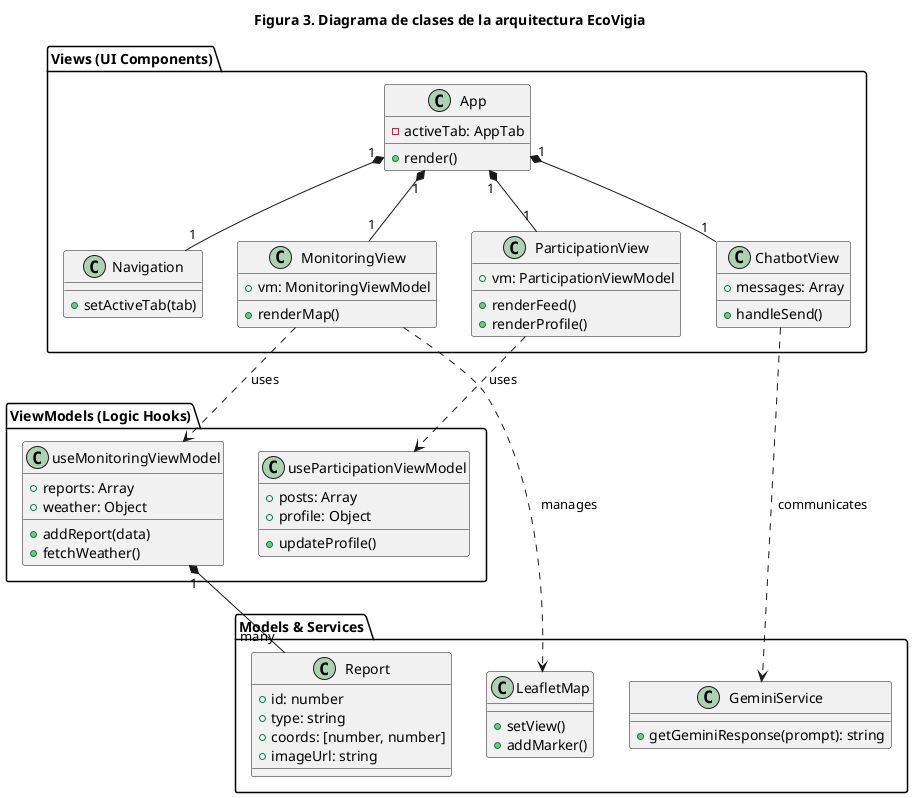
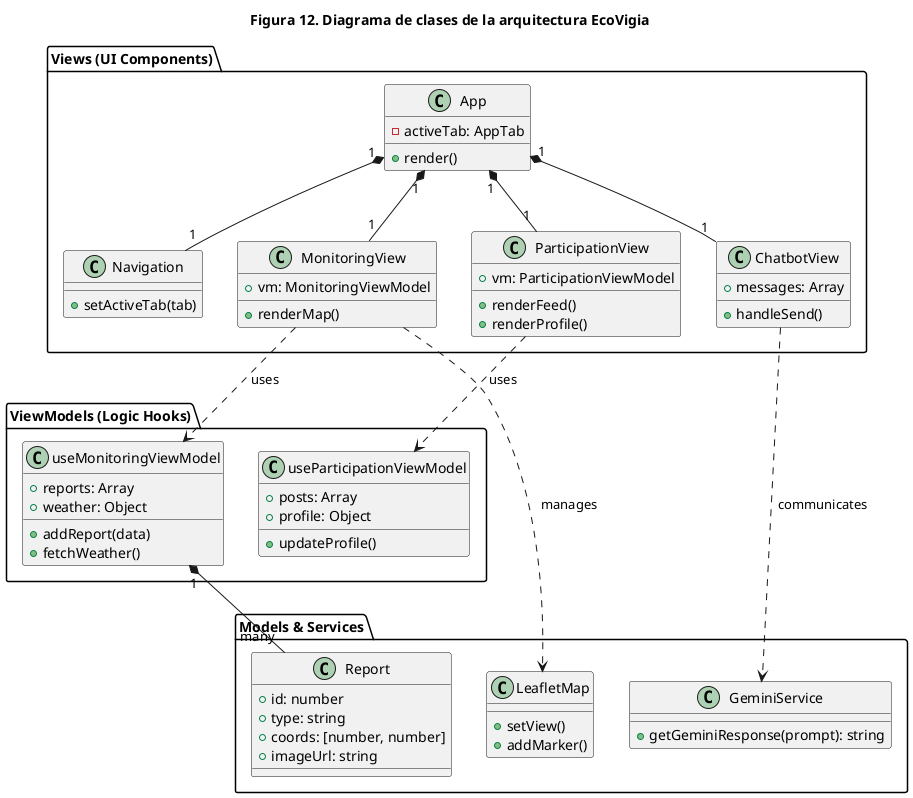
@startuml
- title Figura 3. Diagrama de clases de la arquitectura EcoVigia
+ title Figura 12. Diagrama de clases de la arquitectura EcoVigia

package "Views (UI Components)" {
    class App {
        - activeTab: AppTab
        + render()
    }
    class Navigation {
        + setActiveTab(tab)
    }
    class MonitoringView {
        + vm: MonitoringViewModel
        + renderMap()
    }
    class ParticipationView {
        + vm: ParticipationViewModel
        + renderFeed()
        + renderProfile()
    }
    class ChatbotView {
        + messages: Array
        + handleSend()
    }
}

package "ViewModels (Logic Hooks)" {
    class useMonitoringViewModel {
        + reports: Array
        + weather: Object
        + addReport(data)
        + fetchWeather()
    }
    class useParticipationViewModel {
        + posts: Array
        + profile: Object
        + updateProfile()
    }
}

package "Models & Services" {
    class Report {
        + id: number
        + type: string
        + coords: [number, number]
        + imageUrl: string
    }
    class GeminiService {
        + getGeminiResponse(prompt): string
    }
    class LeafletMap {
        + setView()
        + addMarker()
    }
}

App "1" *-- "1" Navigation
App "1" *-- "1" MonitoringView
App "1" *-- "1" ParticipationView
App "1" *-- "1" ChatbotView

MonitoringView ..> useMonitoringViewModel : uses
ParticipationView ..> useParticipationViewModel : uses
ChatbotView ..> GeminiService : communicates
useMonitoringViewModel "1" *-- "many" Report
MonitoringView ..> LeafletMap : manages
@enduml
